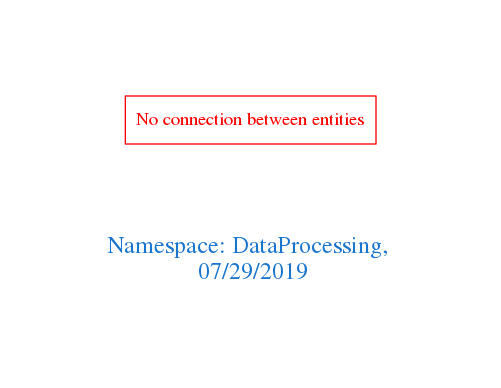
arago/OGIT keeps this Graphviz diagram as downloads/DataProcessing.png. Above is the earlier version. Its source is kept beside it as downloads/DataProcessing.dot.
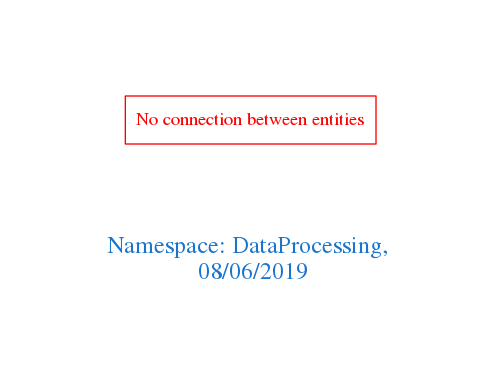
Later version of the same file.

What changed in the source:
```diff
@@ -1,7 +1,7 @@
 digraph OGIT_ontology {
  graph [ rankdir= LR,pad=1
 fontsize = 18,
-fontcolor= dodgerblue3,label = "\n\n\nNamespace: DataProcessing, \n 07/29/2019"];
+fontcolor= dodgerblue3,label = "\n\n\nNamespace: DataProcessing, \n 08/06/2019"];
 node[shape=polygon];
 edge [  color="gray81"];
 
```
